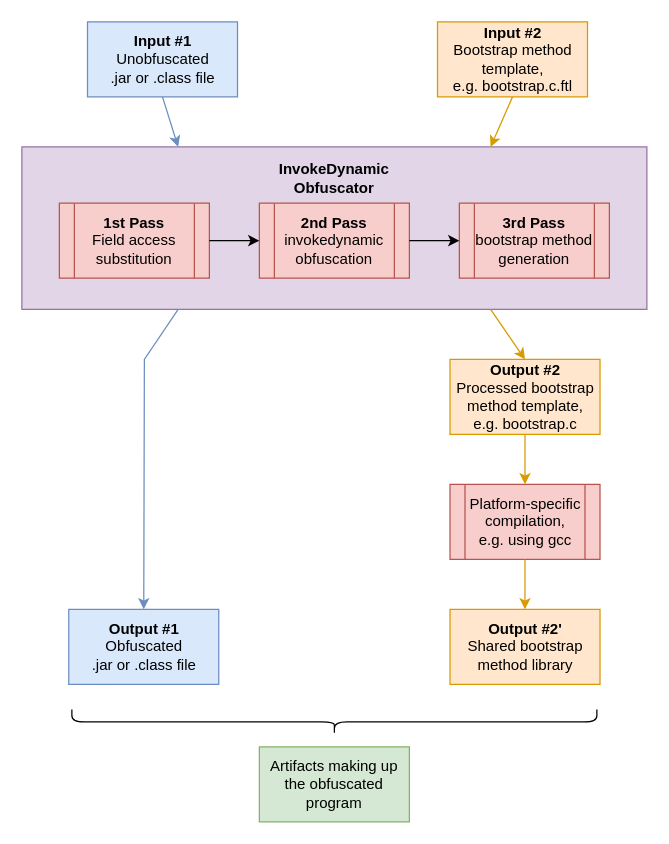
Earlier version of the draw.io diagram diagrams/obfuscation-overview.drawio (andreblanke/indy-obfuscator). Source tidied: cells renumbered, new cells numbered last; positions are measured from the earlier drawing's top-left corner, leaving out a move shared by most shapes. Both pictures are drawn from the tidied source at 125%, with x=0, y=0 at pixel (21, 21).
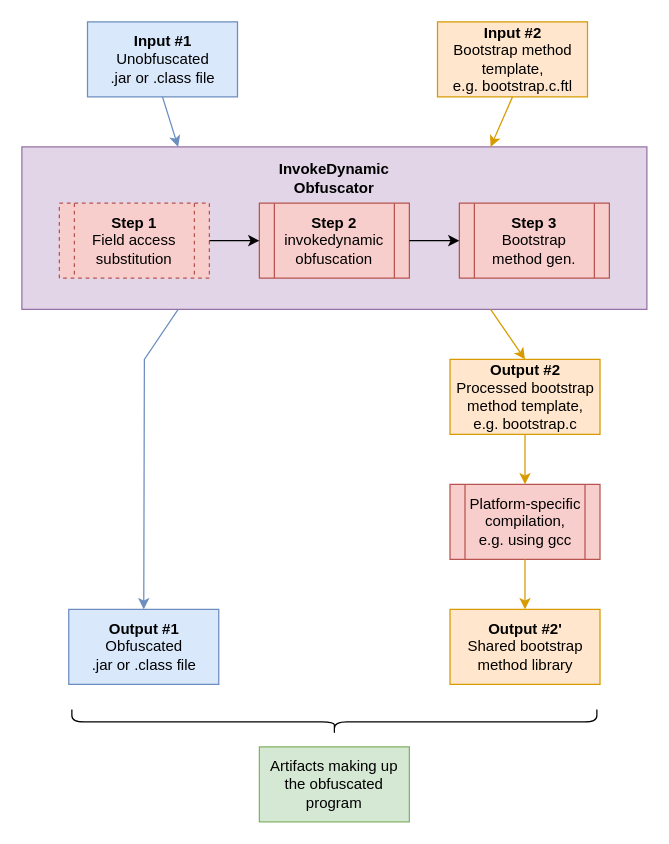
After the change.

Commit message (it also covers changes not shown here):
Explain obfuscation process in more detail

Change to the diagram source:
```diff
@@
-    <mxCell id="13" value="&lt;div&gt;&lt;b&gt;1st Pass&lt;/b&gt;&lt;/div&gt;Field access substitution" style="shape=process;whiteSpace=wrap;html=1;backgroundOutline=1;fillColor=#f8cecc;strokeColor=#b85450;" parent="1" vertex="1">
+    <mxCell id="13" value="&lt;div&gt;&lt;b&gt;Step 1&lt;br&gt;&lt;/b&gt;&lt;/div&gt;Field access substitution" style="shape=process;whiteSpace=wrap;html=1;backgroundOutline=1;fillColor=#f8cecc;strokeColor=#b85450;dashed=1;" parent="1" vertex="1">
       <mxGeometry x="30" y="145" width="120" height="60" as="geometry" />
     </mxCell>
-    <mxCell id="14" value="&lt;div&gt;&lt;b&gt;2nd Pass&lt;/b&gt;&lt;/div&gt;&lt;div&gt;invokedynamic&lt;/div&gt;&lt;div&gt;obfuscation&lt;br&gt;&lt;/div&gt;" style="shape=process;whiteSpace=wrap;html=1;backgroundOutline=1;fillColor=#f8cecc;strokeColor=#b85450;" parent="1" vertex="1">
+    <mxCell id="14" value="&lt;div&gt;&lt;b&gt;Step 2&lt;br&gt;&lt;/b&gt;&lt;/div&gt;&lt;div&gt;invokedynamic&lt;/div&gt;&lt;div&gt;obfuscation&lt;br&gt;&lt;/div&gt;" style="shape=process;whiteSpace=wrap;html=1;backgroundOutline=1;fillColor=#f8cecc;strokeColor=#b85450;" parent="1" vertex="1">
       <mxGeometry x="190" y="145" width="120" height="60" as="geometry" />
     </mxCell>
-    <mxCell id="15" value="&lt;div&gt;&lt;b&gt;3rd Pass&lt;/b&gt;&lt;/div&gt;bootstrap method generation" style="shape=process;whiteSpace=wrap;html=1;backgroundOutline=1;fillColor=#f8cecc;strokeColor=#b85450;" parent="1" vertex="1">
+    <mxCell id="15" value="&lt;div&gt;&lt;b&gt;Step 3&lt;br&gt;&lt;/b&gt;&lt;/div&gt;Bootstrap method gen." style="shape=process;whiteSpace=wrap;html=1;backgroundOutline=1;fillColor=#f8cecc;strokeColor=#b85450;" parent="1" vertex="1">
       <mxGeometry x="350" y="145" width="120" height="60" as="geometry" />
     </mxCell>
```
